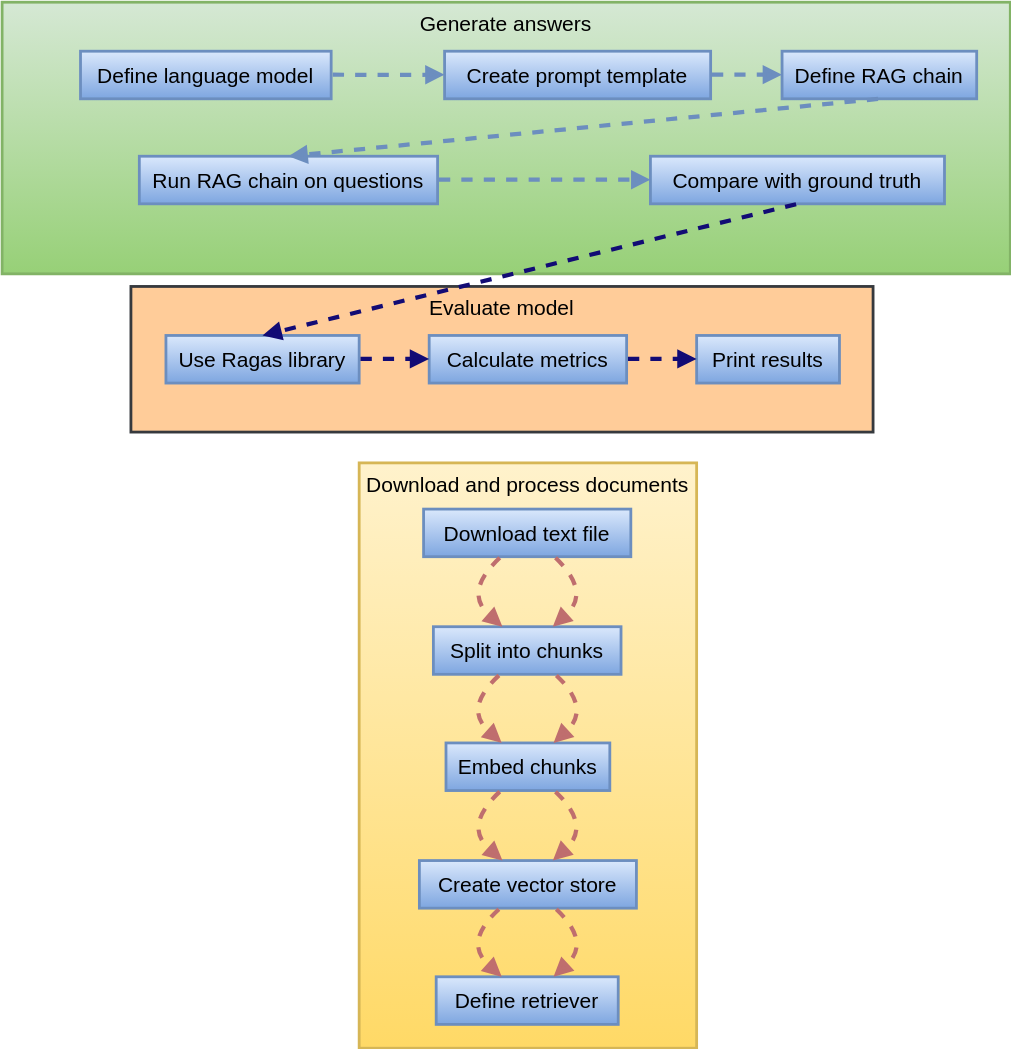
This is diagrams/RAG Evalution.svg from mayankchugh-learning/RAG, a draw.io export, as it was before one commit. Source tidied: cells renumbered, new cells last; positions are measured from the earlier drawing's top-left corner, leaving out a move shared by most shapes.
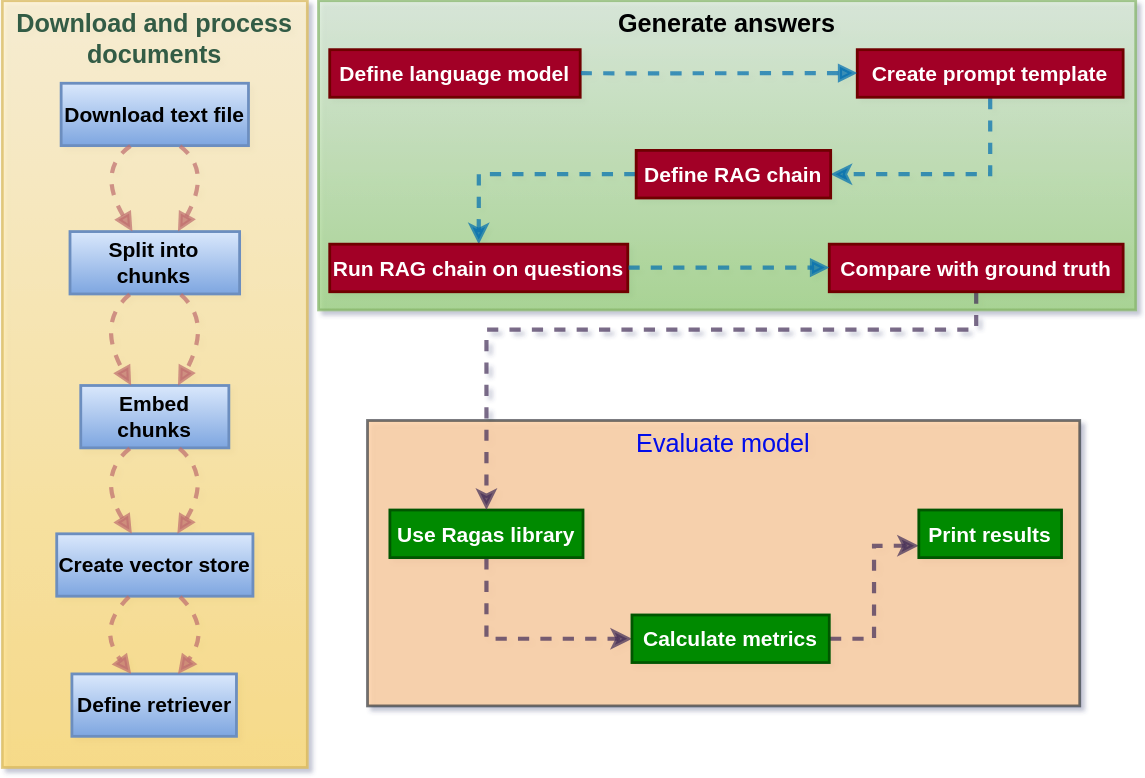
After the change.

Commit message:
added RAG Evalution flow and code files

Diff of the diagram source:
```diff
@@ -2,133 +2,138 @@
   <root>
     <mxCell id="0" />
     <mxCell id="1" parent="0" />
-    <mxCell id="2" value="Evaluate model" style="whiteSpace=wrap;strokeWidth=2;verticalAlign=top;fillColor=#ffcc99;strokeColor=#36393d;fontSize=15;" parent="1" vertex="1">
-      <mxGeometry x="92" y="203" width="530" height="104" as="geometry" />
+    <mxCell id="2" value="Evaluate model" style="whiteSpace=wrap;strokeWidth=2;verticalAlign=top;fillColor=#ffcc99;strokeColor=#36393d;fontSize=18;fontColor=#0008eb;opacity=70;" parent="1" vertex="1">
+      <mxGeometry x="254" y="286" width="509" height="204" as="geometry" />
     </mxCell>
-    <mxCell id="3" value="Use Ragas library" style="whiteSpace=wrap;strokeWidth=2;fillColor=#dae8fc;gradientColor=#7ea6e0;strokeColor=#6c8ebf;fontSize=15;" parent="1" vertex="1">
-      <mxGeometry x="117" y="238" width="138" height="34" as="geometry" />
+    <mxCell id="3" style="edgeStyle=orthogonalEdgeStyle;rounded=0;jettySize=auto;html=1;entryX=0;entryY=0.5;entryDx=0;entryDy=0;strokeColor=#432D57;exitX=0.5;exitY=1;exitDx=0;exitDy=0;flowAnimation=1;strokeWidth=3;fillColor=#76608a;opacity=70;" parent="1" edge="1" source="4" target="6">
+      <mxGeometry relative="1" as="geometry" />
     </mxCell>
-    <mxCell id="4" value="Calculate metrics" style="whiteSpace=wrap;strokeWidth=2;fillColor=#dae8fc;gradientColor=#7ea6e0;strokeColor=#6c8ebf;fontSize=15;" parent="1" vertex="1">
-      <mxGeometry x="305" y="238" width="141" height="34" as="geometry" />
+    <mxCell id="4" value="Use Ragas library" style="whiteSpace=wrap;strokeWidth=2;fillColor=#008a00;strokeColor=#005700;fontSize=15;fontColor=#ffffff;fontStyle=1;" parent="1" vertex="1">
+      <mxGeometry x="270" y="350" width="138" height="34" as="geometry" />
     </mxCell>
-    <mxCell id="5" value="Print results" style="whiteSpace=wrap;strokeWidth=2;fillColor=#dae8fc;gradientColor=#7ea6e0;strokeColor=#6c8ebf;fontSize=15;" parent="1" vertex="1">
-      <mxGeometry x="496" y="238" width="102" height="34" as="geometry" />
+    <mxCell id="5" style="edgeStyle=orthogonalEdgeStyle;rounded=0;jettySize=auto;html=1;entryX=0;entryY=0.75;entryDx=0;entryDy=0;strokeColor=#432D57;flowAnimation=1;strokeWidth=3;fillColor=#76608a;opacity=70;" parent="1" edge="1" source="6" target="7">
+      <mxGeometry relative="1" as="geometry" />
     </mxCell>
-    <mxCell id="6" value="Generate answers" style="whiteSpace=wrap;strokeWidth=2;verticalAlign=top;fillColor=#d5e8d4;gradientColor=#97d077;strokeColor=#82b366;fontSize=15;" parent="1" vertex="1">
-      <mxGeometry width="720" height="194" as="geometry" />
+    <mxCell id="6" value="Calculate metrics" style="whiteSpace=wrap;strokeWidth=2;fillColor=#008a00;strokeColor=#005700;fontSize=15;fontColor=#ffffff;fontStyle=1;" parent="1" vertex="1">
+      <mxGeometry x="443" y="425" width="141" height="34" as="geometry" />
     </mxCell>
-    <mxCell id="7" value="Define language model" style="whiteSpace=wrap;strokeWidth=2;fillColor=#dae8fc;gradientColor=#7ea6e0;strokeColor=#6c8ebf;fontSize=15;" parent="1" vertex="1">
-      <mxGeometry x="56" y="35" width="179" height="34" as="geometry" />
+    <mxCell id="7" value="Print results" style="whiteSpace=wrap;strokeWidth=2;fillColor=#008a00;strokeColor=#005700;fontSize=15;fontColor=#ffffff;fontStyle=1;" parent="1" vertex="1">
+      <mxGeometry x="648" y="350" width="102" height="34" as="geometry" />
     </mxCell>
-    <mxCell id="8" value="Create prompt template" style="whiteSpace=wrap;strokeWidth=2;fillColor=#dae8fc;gradientColor=#7ea6e0;strokeColor=#6c8ebf;fontSize=15;" parent="1" vertex="1">
-      <mxGeometry x="316" y="35" width="190" height="34" as="geometry" />
+    <mxCell id="8" value="Generate answers" style="whiteSpace=wrap;strokeWidth=2;verticalAlign=top;fillColor=#d5e8d4;gradientColor=#97d077;strokeColor=#82b366;fontSize=18;fontStyle=1;fontColor=#020203;opacity=70;" parent="1" vertex="1">
+      <mxGeometry x="219" y="-14" width="584" height="221" as="geometry" />
     </mxCell>
-    <mxCell id="9" value="Define RAG chain" style="whiteSpace=wrap;strokeWidth=2;fillColor=#dae8fc;gradientColor=#7ea6e0;strokeColor=#6c8ebf;fontSize=15;" parent="1" vertex="1">
-      <mxGeometry x="557" y="35" width="139" height="34" as="geometry" />
+    <mxCell id="9" value="Define language model" style="whiteSpace=wrap;strokeWidth=2;fillColor=#a20025;strokeColor=#6F0000;fontSize=15;fontColor=#ffffff;fontStyle=1;" parent="1" vertex="1">
+      <mxGeometry x="227" y="21" width="179" height="34" as="geometry" />
     </mxCell>
-    <mxCell id="10" value="Run RAG chain on questions" style="whiteSpace=wrap;strokeWidth=2;fillColor=#dae8fc;gradientColor=#7ea6e0;strokeColor=#6c8ebf;fontSize=15;" parent="1" vertex="1">
-      <mxGeometry x="98" y="110" width="213" height="34" as="geometry" />
+    <mxCell id="10" style="edgeStyle=orthogonalEdgeStyle;rounded=0;jettySize=auto;html=1;entryX=1;entryY=0.5;entryDx=0;entryDy=0;strokeColor=#006EAF;exitX=0.5;exitY=1;exitDx=0;exitDy=0;strokeWidth=3;flowAnimation=1;fillColor=#1ba1e2;opacity=70;" parent="1" edge="1" source="11" target="13">
+      <mxGeometry relative="1" as="geometry" />
     </mxCell>
-    <mxCell id="11" value="Compare with ground truth" style="whiteSpace=wrap;strokeWidth=2;fillColor=#dae8fc;gradientColor=#7ea6e0;strokeColor=#6c8ebf;fontSize=15;" parent="1" vertex="1">
-      <mxGeometry x="463" y="110" width="210" height="34" as="geometry" />
+    <mxCell id="11" value="Create prompt template" style="whiteSpace=wrap;strokeWidth=2;fillColor=#a20025;strokeColor=#6F0000;fontSize=15;fontColor=#ffffff;fontStyle=1;" parent="1" vertex="1">
+      <mxGeometry x="604" y="21" width="190" height="34" as="geometry" />
     </mxCell>
-    <mxCell id="12" value="Download and process documents" style="whiteSpace=wrap;strokeWidth=2;verticalAlign=top;fillColor=#fff2cc;gradientColor=#ffd966;strokeColor=#d6b656;fontSize=15;" parent="1" vertex="1">
-      <mxGeometry x="255" y="329" width="241" height="418" as="geometry" />
+    <mxCell id="12" style="edgeStyle=orthogonalEdgeStyle;rounded=0;jettySize=auto;html=1;entryX=0.5;entryY=0;entryDx=0;entryDy=0;strokeColor=#006EAF;strokeWidth=3;flowAnimation=1;fillColor=#1ba1e2;opacity=70;" parent="1" edge="1" source="13" target="14">
+      <mxGeometry relative="1" as="geometry" />
     </mxCell>
-    <mxCell id="13" value="Split into chunks" style="whiteSpace=wrap;strokeWidth=2;fillColor=#dae8fc;gradientColor=#7ea6e0;strokeColor=#6c8ebf;fontSize=15;" parent="12" vertex="1">
-      <mxGeometry x="53" y="117" width="134" height="34" as="geometry" />
+    <mxCell id="13" value="Define RAG chain" style="whiteSpace=wrap;strokeWidth=2;fillColor=#a20025;strokeColor=#6F0000;fontSize=15;fontColor=#ffffff;fontStyle=1;" parent="1" vertex="1">
+      <mxGeometry x="446" y="93" width="139" height="34" as="geometry" />
     </mxCell>
-    <mxCell id="14" value="Download text file" style="whiteSpace=wrap;strokeWidth=2;fillColor=#dae8fc;gradientColor=#7ea6e0;strokeColor=#6c8ebf;fontSize=15;" parent="12" vertex="1">
-      <mxGeometry x="46" y="33" width="148" height="34" as="geometry" />
+    <mxCell id="14" value="Run RAG chain on questions" style="whiteSpace=wrap;strokeWidth=2;fillColor=#a20025;strokeColor=#6F0000;fontSize=15;fontColor=#ffffff;fontStyle=1;" parent="1" vertex="1">
+      <mxGeometry x="227" y="160" width="213" height="34" as="geometry" />
     </mxCell>
-    <mxCell id="15" value="Embed chunks" style="whiteSpace=wrap;strokeWidth=2;fillColor=#dae8fc;gradientColor=#7ea6e0;strokeColor=#6c8ebf;fontSize=15;" parent="12" vertex="1">
-      <mxGeometry x="62" y="200" width="117" height="34" as="geometry" />
+    <mxCell id="15" style="edgeStyle=orthogonalEdgeStyle;rounded=0;jettySize=auto;html=1;entryX=0.5;entryY=0;entryDx=0;entryDy=0;strokeColor=#432D57;flowAnimation=1;strokeWidth=3;fillColor=#76608a;opacity=70;" parent="1" edge="1" source="16" target="4">
+      <mxGeometry relative="1" as="geometry">
+        <Array as="points">
+          <mxPoint x="689" y="221" />
+          <mxPoint x="339" y="221" />
+        </Array>
+      </mxGeometry>
     </mxCell>
-    <mxCell id="16" value="Create vector store" style="whiteSpace=wrap;strokeWidth=2;fillColor=#dae8fc;gradientColor=#7ea6e0;strokeColor=#6c8ebf;fontSize=15;" parent="12" vertex="1">
-      <mxGeometry x="43" y="284" width="155" height="34" as="geometry" />
+    <mxCell id="16" value="Compare with ground truth" style="whiteSpace=wrap;strokeWidth=2;fillColor=#a20025;strokeColor=#6F0000;fontSize=15;fontColor=#ffffff;fontStyle=1;" parent="1" vertex="1">
+      <mxGeometry x="584" y="160" width="210" height="34" as="geometry" />
     </mxCell>
-    <mxCell id="17" value="Define retriever" style="whiteSpace=wrap;strokeWidth=2;fillColor=#dae8fc;gradientColor=#7ea6e0;strokeColor=#6c8ebf;fontSize=15;" parent="12" vertex="1">
-      <mxGeometry x="55" y="367" width="130" height="34" as="geometry" />
+    <mxCell id="17" value="Download and process documents" style="whiteSpace=wrap;strokeWidth=2;verticalAlign=top;fillColor=#fff2cc;gradientColor=#ffd966;strokeColor=#d6b656;fontSize=18;fontStyle=1;fontColor=#335b45;opacity=70;" parent="1" vertex="1">
+      <mxGeometry x="-7" y="-14" width="218" height="548" as="geometry" />
     </mxCell>
-    <mxCell id="18" style="curved=1;startArrow=none;endArrow=block;exitX=0.3769702729254329;exitY=0.9852941176470589;entryX=0.36411642084301543;entryY=-0.014705882352941176;rounded=0;fillColor=#dae8fc;gradientColor=#7ea6e0;strokeColor=#bf6e6e;flowAnimation=1;strokeWidth=3;fontSize=15;" parent="12" edge="1" source="14" target="13">
-      <mxGeometry relative="1" as="geometry">
-        <Array as="points">
-          <mxPoint x="74" y="92" />
-        </Array>
-      </mxGeometry>
+    <mxCell id="18" value="Split into chunks" style="whiteSpace=wrap;strokeWidth=2;fillColor=#dae8fc;gradientColor=#7ea6e0;strokeColor=#6c8ebf;fontSize=15;fontStyle=1;" parent="17" vertex="1">
+      <mxGeometry x="48.4" y="165" width="121.2" height="44.6" as="geometry" />
     </mxCell>
-    <mxCell id="19" style="curved=1;startArrow=none;endArrow=block;exitX=0.36411642084301543;exitY=0.9705882352941176;entryX=0.34009914865781254;entryY=0;rounded=0;fillColor=#dae8fc;gradientColor=#7ea6e0;strokeColor=#bf6e6e;flowAnimation=1;strokeWidth=3;fontSize=15;" parent="12" edge="1" source="13" target="15">
-      <mxGeometry relative="1" as="geometry">
-        <Array as="points">
-          <mxPoint x="74" y="175" />
-        </Array>
-      </mxGeometry>
+    <mxCell id="19" value="Download text file" style="whiteSpace=wrap;strokeWidth=2;fillColor=#dae8fc;gradientColor=#7ea6e0;strokeColor=#6c8ebf;fontSize=15;fontStyle=1;" parent="17" vertex="1">
+      <mxGeometry x="42.1" y="59" width="133.9" height="44.6" as="geometry" />
     </mxCell>
-    <mxCell id="20" style="curved=1;startArrow=none;endArrow=block;exitX=0.34009914865781254;exitY=0.9852941176470589;entryX=0.37930064769654237;entryY=-0.014705882352941176;rounded=0;fillColor=#dae8fc;gradientColor=#7ea6e0;strokeColor=#bf6e6e;flowAnimation=1;strokeWidth=3;fontSize=15;" parent="12" edge="1" source="15" target="16">
-      <mxGeometry relative="1" as="geometry">
-        <Array as="points">
-          <mxPoint x="74" y="259" />
-        </Array>
-      </mxGeometry>
+    <mxCell id="20" value="Embed chunks" style="whiteSpace=wrap;strokeWidth=2;fillColor=#dae8fc;gradientColor=#7ea6e0;strokeColor=#6c8ebf;fontSize=15;fontStyle=1;" parent="17" vertex="1">
+      <mxGeometry x="56.1" y="275" width="105.8" height="44.6" as="geometry" />
     </mxCell>
-    <mxCell id="21" style="curved=1;startArrow=none;endArrow=block;exitX=0.37930064769654237;exitY=0.9705882352941176;entryX=0.35993538763818517;entryY=0;rounded=0;fillColor=#dae8fc;gradientColor=#7ea6e0;strokeColor=#bf6e6e;flowAnimation=1;strokeWidth=3;fontSize=15;" parent="12" edge="1" source="16" target="17">
-      <mxGeometry relative="1" as="geometry">
-        <Array as="points">
-          <mxPoint x="74" y="342" />
-        </Array>
-      </mxGeometry>
+    <mxCell id="21" value="Create vector store" style="whiteSpace=wrap;strokeWidth=2;fillColor=#dae8fc;gradientColor=#7ea6e0;strokeColor=#6c8ebf;fontSize=15;fontStyle=1;" parent="17" vertex="1">
+      <mxGeometry x="38.9" y="381" width="140.2" height="44.6" as="geometry" />
     </mxCell>
-    <mxCell id="22" style="curved=1;startArrow=none;endArrow=block;exitX=0.6271999128853778;exitY=0.9852941176470589;entryX=0.6404894560226561;entryY=-0.014705882352941176;rounded=0;fillColor=#dae8fc;gradientColor=#7ea6e0;strokeColor=#bf6e6e;flowAnimation=1;strokeWidth=3;fontSize=15;" parent="12" edge="1" source="14" target="13">
-      <mxGeometry relative="1" as="geometry">
-        <Array as="points">
-          <mxPoint x="166" y="92" />
-        </Array>
-      </mxGeometry>
+    <mxCell id="22" value="Define retriever" style="whiteSpace=wrap;strokeWidth=2;fillColor=#dae8fc;gradientColor=#7ea6e0;strokeColor=#6c8ebf;fontSize=15;fontStyle=1;" parent="17" vertex="1">
+      <mxGeometry x="49.8" y="481.1" width="117.6" height="44.6" as="geometry" />
     </mxCell>
-    <mxCell id="23" style="curved=1;startArrow=none;endArrow=block;exitX=0.6404894560226561;exitY=0.9705882352941176;entryX=0.6566289496327856;entryY=0;rounded=0;fillColor=#dae8fc;gradientColor=#7ea6e0;strokeColor=#bf6e6e;flowAnimation=1;strokeWidth=3;fontSize=15;" parent="12" edge="1" source="13" target="15">
+    <mxCell id="23" style="curved=1;startArrow=none;endArrow=block;exitX=0.3769702729254329;exitY=0.9852941176470589;entryX=0.36411642084301543;entryY=-0.014705882352941176;rounded=0;fillColor=#dae8fc;gradientColor=#7ea6e0;strokeColor=#bf6e6e;flowAnimation=1;strokeWidth=3;fontSize=15;opacity=70;" parent="17" edge="1" source="19" target="18">
       <mxGeometry relative="1" as="geometry">
         <Array as="points">
-          <mxPoint x="166" y="175" />
+          <mxPoint x="66.9" y="120.6" />
         </Array>
       </mxGeometry>
     </mxCell>
-    <mxCell id="24" style="curved=1;startArrow=none;endArrow=block;exitX=0.6566289496327856;exitY=0.9852941176470589;entryX=0.6182295942389414;entryY=-0.014705882352941176;rounded=0;fillColor=#dae8fc;gradientColor=#7ea6e0;strokeColor=#bf6e6e;flowAnimation=1;strokeWidth=3;fontSize=15;" parent="12" edge="1" source="15" target="16">
+    <mxCell id="24" style="curved=1;startArrow=none;endArrow=block;exitX=0.36411642084301543;exitY=0.9705882352941176;entryX=0.34009914865781254;entryY=0;rounded=0;fillColor=#dae8fc;gradientColor=#7ea6e0;strokeColor=#bf6e6e;flowAnimation=1;strokeWidth=3;fontSize=15;opacity=70;" parent="17" edge="1" source="18" target="20">
       <mxGeometry relative="1" as="geometry">
         <Array as="points">
-          <mxPoint x="166" y="259" />
+          <mxPoint x="66.9" y="229.4" />
         </Array>
       </mxGeometry>
     </mxCell>
-    <mxCell id="25" style="curved=1;startArrow=none;endArrow=block;exitX=0.6182295942389414;exitY=0.9705882352941176;entryX=0.6448122085156609;entryY=0;rounded=0;fillColor=#dae8fc;gradientColor=#7ea6e0;strokeColor=#bf6e6e;flowAnimation=1;strokeWidth=3;fontSize=15;" parent="12" edge="1" source="16" target="17">
+    <mxCell id="25" style="curved=1;startArrow=none;endArrow=block;exitX=0.34009914865781254;exitY=0.9852941176470589;entryX=0.37930064769654237;entryY=-0.014705882352941176;rounded=0;fillColor=#dae8fc;gradientColor=#7ea6e0;strokeColor=#bf6e6e;flowAnimation=1;strokeWidth=3;fontSize=15;opacity=70;" parent="17" edge="1" source="20" target="21">
       <mxGeometry relative="1" as="geometry">
         <Array as="points">
-          <mxPoint x="166" y="342" />
+          <mxPoint x="66.9" y="339.6" />
         </Array>
       </mxGeometry>
     </mxCell>
-    <mxCell id="26" style="curved=1;startArrow=none;endArrow=block;exitX=1.0011347765363128;exitY=0.49264705882352944;entryX=0.0013157894736842105;entryY=0.49264705882352944;rounded=0;fillColor=#dae8fc;gradientColor=#7ea6e0;strokeColor=#6c8ebf;strokeWidth=3;flowAnimation=1;fontSize=15;" parent="1" edge="1" source="7" target="8">
+    <mxCell id="26" style="curved=1;startArrow=none;endArrow=block;exitX=0.37930064769654237;exitY=0.9705882352941176;entryX=0.35993538763818517;entryY=0;rounded=0;fillColor=#dae8fc;gradientColor=#7ea6e0;strokeColor=#bf6e6e;flowAnimation=1;strokeWidth=3;fontSize=15;opacity=70;" parent="17" edge="1" source="21" target="22">
       <mxGeometry relative="1" as="geometry">
         <Array as="points">
-          <mxPoint x="273" y="52" />
+          <mxPoint x="66.9" y="448.4" />
         </Array>
       </mxGeometry>
     </mxCell>
-    <mxCell id="27" style="curved=1;startArrow=none;endArrow=block;exitX=1.0031661184210525;exitY=0.49264705882352944;entryX=-0.002866456834532374;entryY=0.49264705882352944;rounded=0;fillColor=#dae8fc;gradientColor=#7ea6e0;strokeColor=#6c8ebf;strokeWidth=3;flowAnimation=1;fontSize=15;" parent="1" edge="1" source="8" target="9">
-      <mxGeometry relative="1" as="geometry" />
+    <mxCell id="27" style="curved=1;startArrow=none;endArrow=block;exitX=0.6271999128853778;exitY=0.9852941176470589;entryX=0.6404894560226561;entryY=-0.014705882352941176;rounded=0;fillColor=#dae8fc;gradientColor=#7ea6e0;strokeColor=#bf6e6e;flowAnimation=1;strokeWidth=3;fontSize=15;opacity=70;" parent="17" edge="1" source="19" target="18">
+      <mxGeometry relative="1" as="geometry">
+        <Array as="points">
+          <mxPoint x="150.2" y="120.6" />
+        </Array>
+      </mxGeometry>
     </mxCell>
-    <mxCell id="28" style="curved=1;startArrow=none;endArrow=block;exitX=0.5;exitY=1;entryX=0.5;entryY=0;rounded=0;fillColor=#dae8fc;gradientColor=#7ea6e0;strokeColor=#6c8ebf;entryDx=0;entryDy=0;exitDx=0;exitDy=0;strokeWidth=3;flowAnimation=1;fontSize=15;" parent="1" edge="1" source="9" target="10">
-      <mxGeometry relative="1" as="geometry" />
+    <mxCell id="28" style="curved=1;startArrow=none;endArrow=block;exitX=0.6404894560226561;exitY=0.9705882352941176;entryX=0.6566289496327856;entryY=0;rounded=0;fillColor=#dae8fc;gradientColor=#7ea6e0;strokeColor=#bf6e6e;flowAnimation=1;strokeWidth=3;fontSize=15;opacity=70;" parent="17" edge="1" source="18" target="20">
+      <mxGeometry relative="1" as="geometry">
+        <Array as="points">
+          <mxPoint x="150.2" y="229.4" />
+        </Array>
+      </mxGeometry>
     </mxCell>
-    <mxCell id="29" style="curved=1;startArrow=none;endArrow=block;exitX=1.0006235328638498;exitY=0.49264705882352944;entryX=0.0006324404761904762;entryY=0.49264705882352944;rounded=0;fillColor=#dae8fc;gradientColor=#7ea6e0;strokeColor=#6c8ebf;strokeWidth=3;flowAnimation=1;fontSize=15;" parent="1" edge="1" source="10" target="11">
-      <mxGeometry relative="1" as="geometry" />
+    <mxCell id="29" style="curved=1;startArrow=none;endArrow=block;exitX=0.6566289496327856;exitY=0.9852941176470589;entryX=0.6182295942389414;entryY=-0.014705882352941176;rounded=0;fillColor=#dae8fc;gradientColor=#7ea6e0;strokeColor=#bf6e6e;flowAnimation=1;strokeWidth=3;fontSize=15;opacity=70;" parent="17" edge="1" source="20" target="21">
+      <mxGeometry relative="1" as="geometry">
+        <Array as="points">
+          <mxPoint x="150.2" y="339.6" />
+        </Array>
+      </mxGeometry>
     </mxCell>
-    <mxCell id="30" style="curved=1;startArrow=none;endArrow=block;exitX=0.5;exitY=1;entryX=0.5;entryY=0;rounded=0;fillColor=#dae8fc;gradientColor=#7ea6e0;strokeColor=#120b75;exitDx=0;exitDy=0;entryDx=0;entryDy=0;strokeWidth=3;flowAnimation=1;fontSize=15;" parent="1" edge="1" source="11" target="3">
-      <mxGeometry relative="1" as="geometry" />
+    <mxCell id="30" style="curved=1;startArrow=none;endArrow=block;exitX=0.6182295942389414;exitY=0.9705882352941176;entryX=0.6448122085156609;entryY=0;rounded=0;fillColor=#dae8fc;gradientColor=#7ea6e0;strokeColor=#bf6e6e;flowAnimation=1;strokeWidth=3;fontSize=15;opacity=70;" parent="17" edge="1" source="21" target="22">
+      <mxGeometry relative="1" as="geometry">
+        <Array as="points">
+          <mxPoint x="150.2" y="448.4" />
+        </Array>
+      </mxGeometry>
     </mxCell>
-    <mxCell id="31" style="curved=1;startArrow=none;endArrow=block;exitX=1.001868206521739;exitY=0.49264705882352944;entryX=0.0018284574468085107;entryY=0.49264705882352944;rounded=0;fillColor=#dae8fc;gradientColor=#7ea6e0;strokeColor=#120b75;strokeWidth=3;flowAnimation=1;fontSize=15;" parent="1" edge="1" source="3" target="4">
-      <mxGeometry relative="1" as="geometry" />
+    <mxCell id="31" style="curved=1;startArrow=none;endArrow=block;exitX=1.0011347765363128;exitY=0.49264705882352944;entryX=0.0013157894736842105;entryY=0.49264705882352944;rounded=0;fillColor=#1ba1e2;strokeColor=#006EAF;strokeWidth=3;flowAnimation=1;fontSize=15;opacity=70;" parent="1" edge="1" source="9" target="11">
+      <mxGeometry relative="1" as="geometry">
+        <Array as="points">
+          <mxPoint x="404" y="38" />
+        </Array>
+      </mxGeometry>
     </mxCell>
-    <mxCell id="32" style="curved=1;startArrow=none;endArrow=block;exitX=1.0011635638297873;exitY=0.49264705882352944;entryX=0.001608455882352941;entryY=0.49264705882352944;rounded=0;fillColor=#dae8fc;gradientColor=#7ea6e0;strokeColor=#120b75;strokeWidth=3;flowAnimation=1;fontSize=15;" parent="1" edge="1" source="4" target="5">
+    <mxCell id="32" style="curved=1;startArrow=none;endArrow=block;exitX=1.0006235328638498;exitY=0.49264705882352944;entryX=0.0006324404761904762;entryY=0.49264705882352944;rounded=0;fillColor=#1ba1e2;strokeColor=#006EAF;strokeWidth=3;flowAnimation=1;fontSize=15;opacity=70;" parent="1" edge="1" source="14" target="16">
       <mxGeometry relative="1" as="geometry" />
     </mxCell>
   </root>
```
